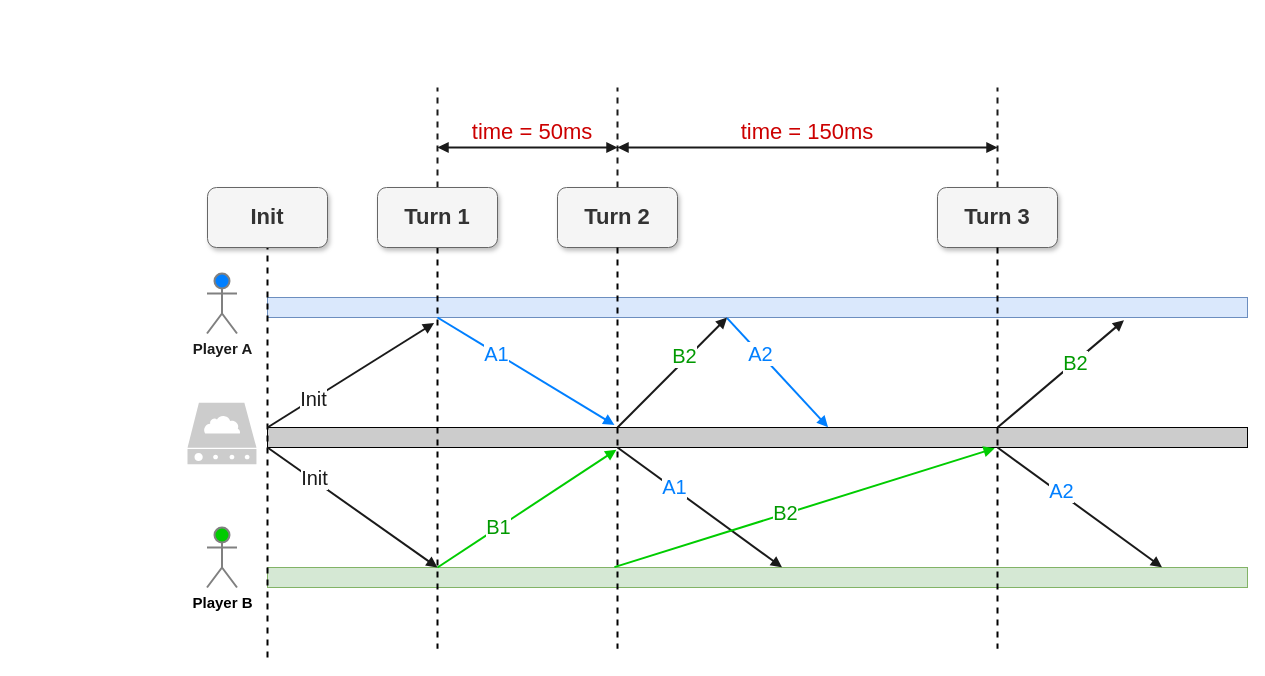
Above: page "Deterministic LockStep" (2 of 9) of booming/Booming 104ppt-17.drawio in yrdimple/flowChart (draw.io), before the change. Source tidied: cells renumbered, new cells numbered last; positions are measured from the earlier drawing's top-left corner, leaving out a move shared by most shapes. Both pictures are drawn from the tidied source at 100%, with x=0, y=0 at pixel (17, 17).
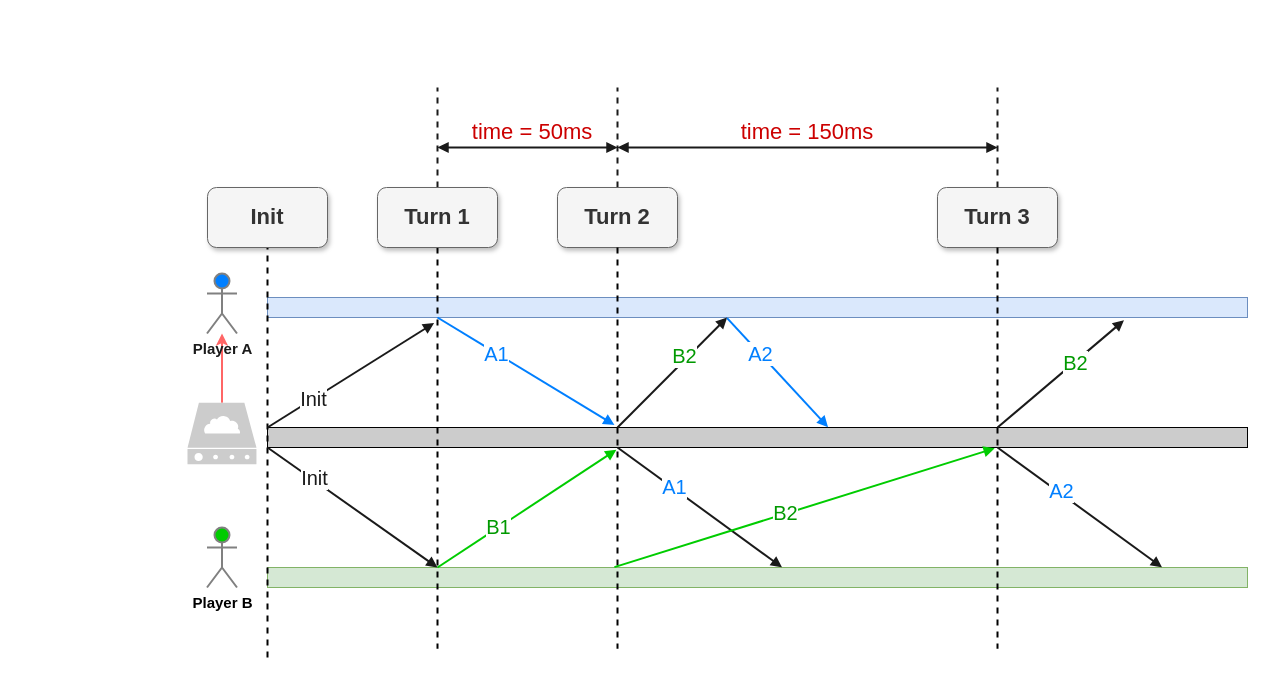
The same page after the edit.

The change refers to these unchanged cells:
```xml
<mxCell id="40" value="&lt;font color=&quot;#1a1a1a&quot; style=&quot;font-size: 15px;&quot;&gt;&lt;span style=&quot;font-size: 15px;&quot;&gt;Player A&lt;/span&gt;&lt;/font&gt;" style="shape=umlActor;verticalLabelPosition=bottom;verticalAlign=top;html=1;outlineConnect=0;fillColor=#007FFF;strokeColor=#808080;fontStyle=1;gradientColor=none;strokeWidth=2;fontSize=15;" parent="1" vertex="1">
  <mxGeometry x="189.5" y="256" width="30" height="60" as="geometry" />
</mxCell>
<mxCell id="42" style="sketch=0;html=1;strokeColor=none;shadow=0;align=center;verticalAlign=top;fillColor=#CCCCCC;shape=mxgraph.gcp2.cloud_server;fontSize=15;" parent="1" vertex="1">
  <mxGeometry x="170" y="385.3" width="69" height="61.4" as="geometry" />
</mxCell>
```

What changed in the source:
```diff
@@
+    <mxCell id="44" style="edgeStyle=orthogonalEdgeStyle;rounded=0;jettySize=auto;html=1;fontColor=#FF3333;startArrow=classic;startFill=1;endArrow=none;endFill=0;strokeColor=#FF6666;strokeWidth=2;" parent="1" edge="1" source="40" target="42">
+      <mxGeometry relative="1" as="geometry" />
+    </mxCell>
```
